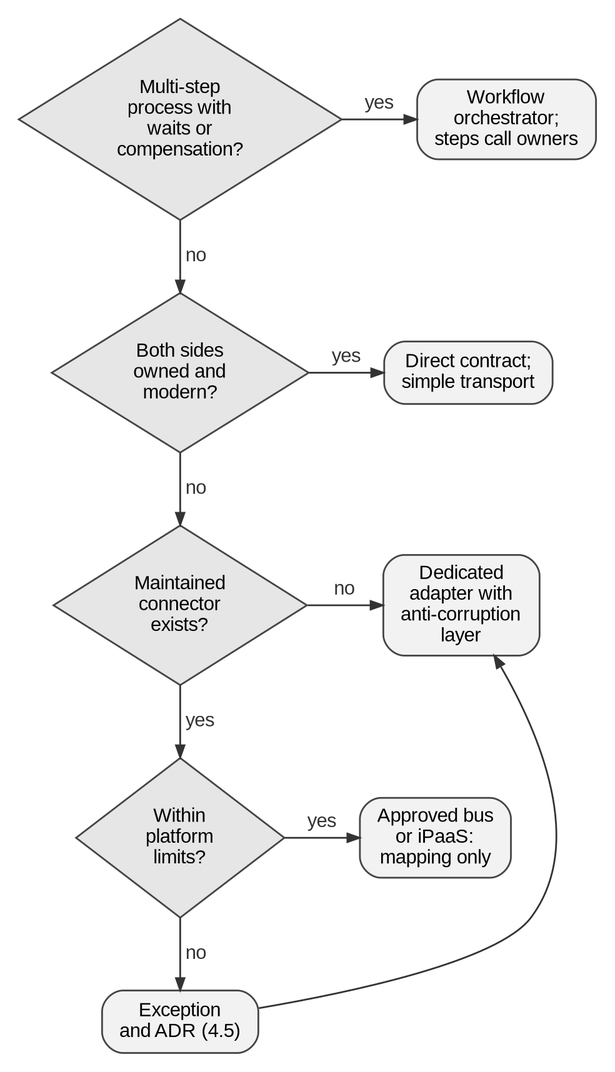
Before: assets/diagrams/rendered/ch06-mediation-selection.png, a diagram exported from Graphviz (cesarcastrocuba/handbook-solutions-architecture). Its source is kept beside it as assets/diagrams/src/ch06-mediation-selection.dot.
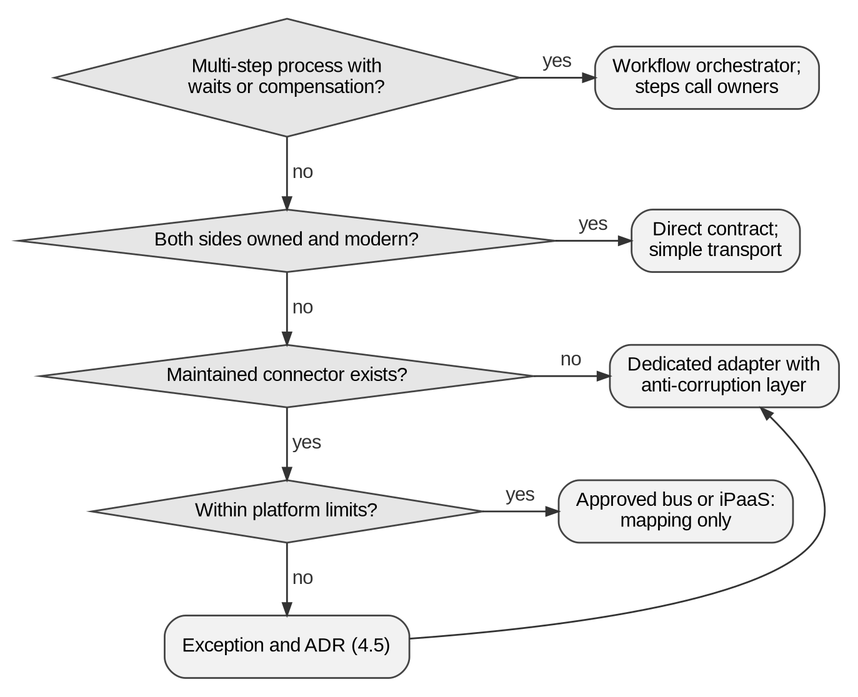
The same file after the commit.

What changed in the source:
```diff
@@ -1,14 +1,14 @@
 digraph G {
  rankdir=TB;
- q1 [label="Multi-step\nprocess with\nwaits or\ncompensation?", shape=diamond, style="filled"];
- q2 [label="Both sides\nowned and\nmodern?", shape=diamond, style="filled"];
- q3 [label="Maintained\nconnector\nexists?", shape=diamond, style="filled"];
- q4 [label="Within\nplatform\nlimits?", shape=diamond, style="filled"];
- wf [label="Workflow\norchestrator;\nsteps call owners"];
+ q1 [label="Multi-step process with\nwaits or compensation?", shape=diamond, style="filled"];
+ q2 [label="Both sides owned and modern?", shape=diamond, style="filled"];
+ q3 [label="Maintained connector exists?", shape=diamond, style="filled"];
+ q4 [label="Within platform limits?", shape=diamond, style="filled"];
+ wf [label="Workflow orchestrator;\nsteps call owners"];
  dc [label="Direct contract;\nsimple transport"];
- pl [label="Approved bus\nor iPaaS:\nmapping only"];
- ad [label="Dedicated\nadapter with\nanti-corruption\nlayer"];
- ex [label="Exception\nand ADR (4.5)"];
+ pl [label="Approved bus or iPaaS:\nmapping only"];
+ ad [label="Dedicated adapter with\nanti-corruption layer"];
+ ex [label="Exception and ADR (4.5)"];
  {rank=same; q1; wf;}
  {rank=same; q2; dc;}
  {rank=same; q3; ad;}
```
